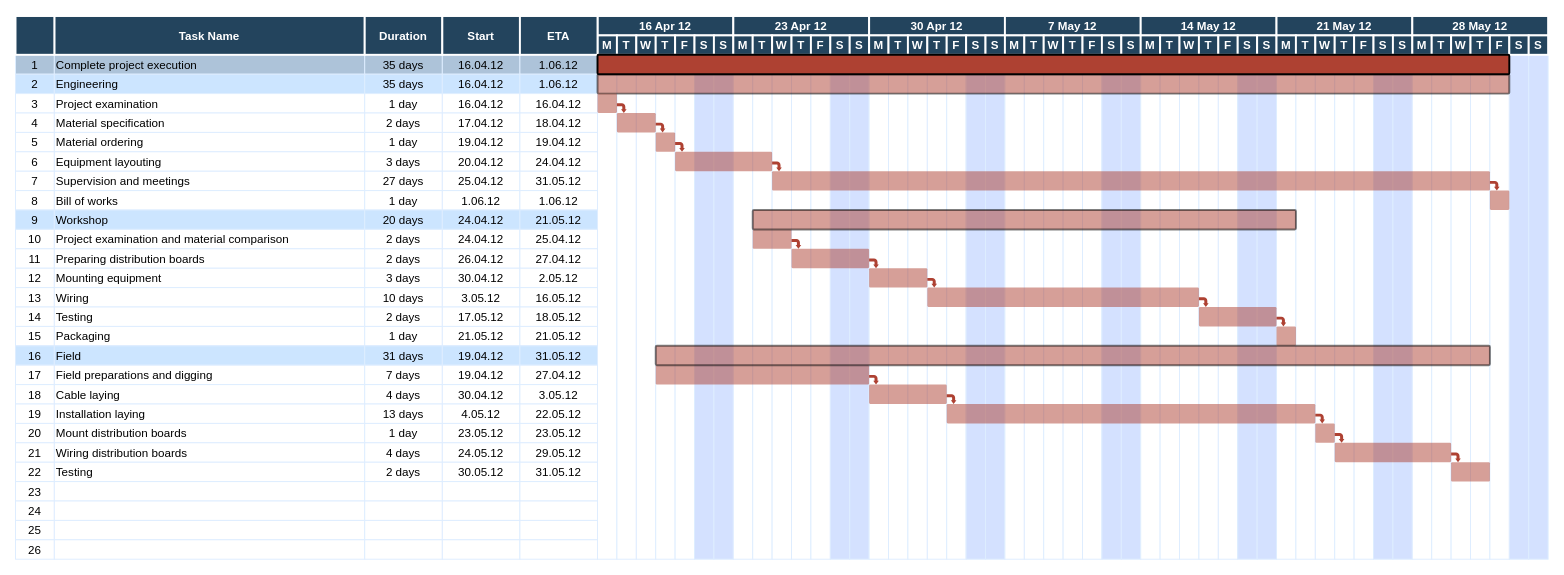
Above: 未命名绘图.drawio in linxinqiang90/drawio (draw.io), before the change. Source tidied: cells renumbered, new cells numbered last; positions are measured from the earlier drawing's top-left corner, leaving out a move shared by most shapes. Both pictures are drawn from the tidied source at 97%, with x=0, y=0 at pixel (15, 16).
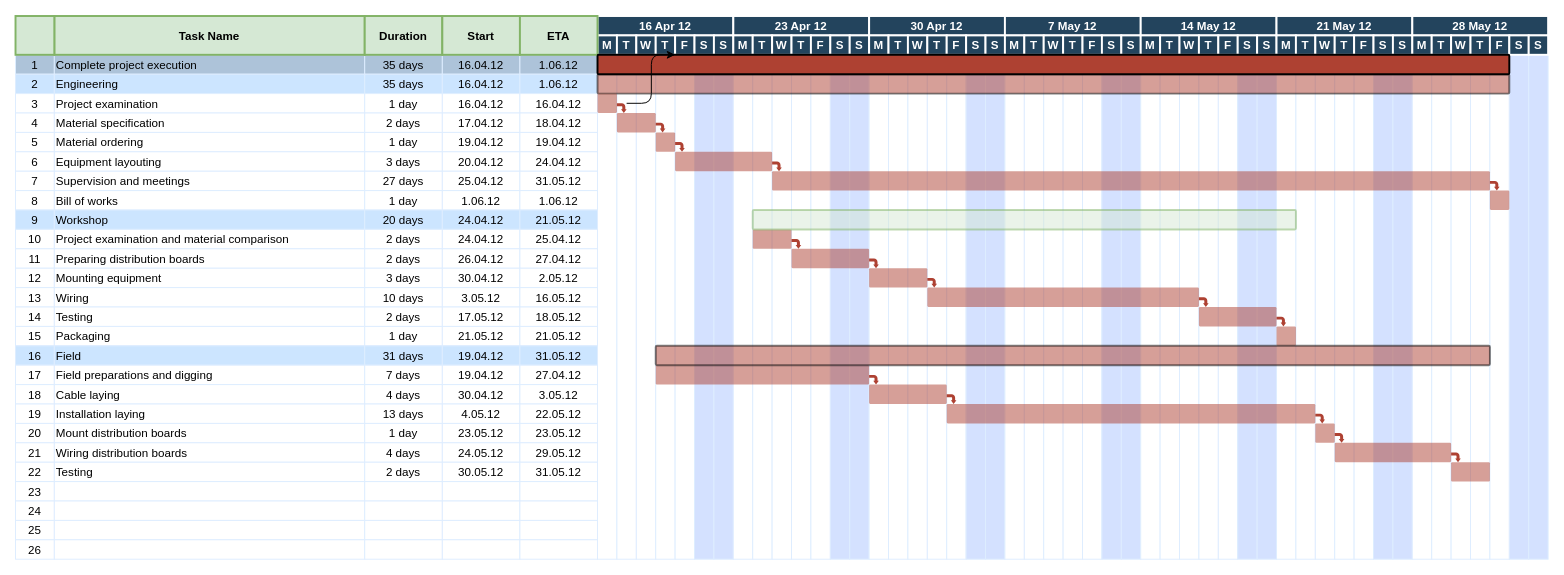
The same diagram, later.

Commit message:
更新未命名绘图.drawio

The edit, as a diff of the source:
```diff
@@
-    <mxCell id="181" value="Task Name" style="fillColor=#23445D;strokeColor=#FFFFFF;strokeWidth=2;fontColor=#FFFFFF;fontStyle=1;" parent="1" vertex="1">
+    <mxCell id="181" value="Task Name" style="fillColor=#d5e8d4;strokeColor=#82b366;strokeWidth=2;fontStyle=1;" parent="1" vertex="1">
       <mxGeometry x="40.5" width="320" height="40" as="geometry" />
     </mxCell>
-    <mxCell id="182" style="fillColor=#23445D;strokeColor=#FFFFFF;strokeWidth=2;fontColor=#FFFFFF;fontStyle=1;" parent="1" vertex="1">
+    <mxCell id="182" style="fillColor=#d5e8d4;strokeColor=#82b366;strokeWidth=2;fontStyle=1;" parent="1" vertex="1">
       <mxGeometry x="0.5" width="40" height="40" as="geometry" />
     </mxCell>
@@
-    <mxCell id="191" value="Duration" style="fillColor=#23445D;strokeColor=#FFFFFF;strokeWidth=2;fontColor=#FFFFFF;fontStyle=1;" parent="1" vertex="1">
+    <mxCell id="191" value="Duration" style="fillColor=#d5e8d4;strokeColor=#82b366;strokeWidth=2;fontStyle=1;" parent="1" vertex="1">
       <mxGeometry x="360.5" width="80" height="40" as="geometry" />
     </mxCell>
-    <mxCell id="192" value="Start" style="fillColor=#23445D;strokeColor=#FFFFFF;strokeWidth=2;fontColor=#FFFFFF;fontStyle=1;" parent="1" vertex="1">
+    <mxCell id="192" value="Start" style="fillColor=#d5e8d4;strokeColor=#82b366;strokeWidth=2;fontStyle=1;" parent="1" vertex="1">
       <mxGeometry x="440.5" width="80" height="40" as="geometry" />
     </mxCell>
-    <mxCell id="193" value="ETA" style="fillColor=#23445D;strokeColor=#FFFFFF;strokeWidth=2;fontColor=#FFFFFF;fontStyle=1;" parent="1" vertex="1">
+    <mxCell id="193" value="ETA" style="fillColor=#d5e8d4;strokeColor=#82b366;strokeWidth=2;fontStyle=1;" parent="1" vertex="1">
       <mxGeometry x="520.5" width="80" height="40" as="geometry" />
     </mxCell>
@@
-    <mxCell id="256" style="shape=mxgraph.flowchart.process;fillColor=#AE4132;strokeColor=#000000;strokeWidth=2;opacity=50;" parent="1" vertex="1">
+    <mxCell id="256" style="shape=mxgraph.flowchart.process;fillColor=#d5e8d4;strokeColor=#82b366;strokeWidth=2;opacity=50;" parent="1" vertex="1">
       <mxGeometry x="760.5" y="200" width="560" height="20" as="geometry" />
     </mxCell>
@@
+    <mxCell id="279" style="edgeStyle=elbowEdgeStyle;elbow=horizontal;endArrow=classic;html=1;" parent="1" edge="1">
+      <mxGeometry relative="1" as="geometry">
+        <mxPoint x="630.5" y="90" as="sourcePoint" />
+        <mxPoint x="680.5" y="40" as="targetPoint" />
+      </mxGeometry>
+    </mxCell>
```
